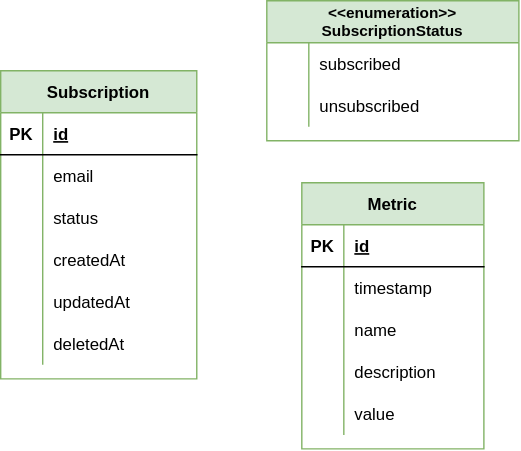
This is images/erd.svg from vladdoroniuk/email-notification-system, a draw.io export, as it was before one commit. Source tidied: cells renumbered, new cells last; positions are measured from the earlier drawing's top-left corner, leaving out a move shared by most shapes.
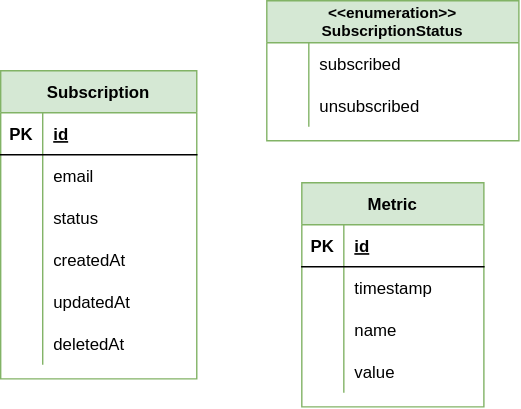
The same file after the commit.

The edit, as a diff of the source:
```diff
@@ -81,7 +81,7 @@
       <mxGeometry x="30" width="150" height="30" as="geometry" />
     </mxCell>
     <mxCell id="28" value="Metric" style="shape=table;startSize=30;rowLines=0;fontStyle=1;align=center;fillColor=#d5e8d4;strokeColor=#82b366;" parent="1" vertex="1">
-      <mxGeometry x="215" y="130" width="130" height="190" as="geometry" />
+      <mxGeometry x="215" y="130" width="130" height="160" as="geometry" />
     </mxCell>
     <mxCell id="29" style="shape=partialRectangle;fillColor=none;top=0;left=0;right=0;bottom=1;" parent="28" vertex="1">
       <mxGeometry y="30" width="130" height="30" as="geometry" />
@@ -110,17 +110,8 @@
     <mxCell id="37" value="name" style="shape=partialRectangle;overflow=hidden;fillColor=none;top=0;left=0;bottom=0;right=0;align=left;spacingLeft=6;" parent="35" vertex="1">
       <mxGeometry x="30" width="100" height="30" as="geometry" />
     </mxCell>
-    <mxCell id="38" style="shape=partialRectangle;fillColor=none;top=0;left=0;right=0;bottom=0;" parent="28" vertex="1">
-      <mxGeometry y="120" width="130" height="30" as="geometry" />
-    </mxCell>
-    <mxCell id="39" style="shape=partialRectangle;overflow=hidden;fillColor=none;top=0;left=0;bottom=0;right=0;" parent="38" vertex="1">
-      <mxGeometry width="30" height="30" as="geometry" />
-    </mxCell>
-    <mxCell id="40" value="description" style="shape=partialRectangle;overflow=hidden;fillColor=none;top=0;left=0;bottom=0;right=0;align=left;spacingLeft=6;" parent="38" vertex="1">
-      <mxGeometry x="30" width="100" height="30" as="geometry" />
-    </mxCell>
     <mxCell id="41" style="shape=partialRectangle;fillColor=none;top=0;left=0;right=0;bottom=0;" parent="28" vertex="1">
-      <mxGeometry y="150" width="130" height="30" as="geometry" />
+      <mxGeometry y="120" width="130" height="30" as="geometry" />
     </mxCell>
     <mxCell id="42" style="shape=partialRectangle;overflow=hidden;fillColor=none;top=0;left=0;bottom=0;right=0;" parent="41" vertex="1">
       <mxGeometry width="30" height="30" as="geometry" />
```
